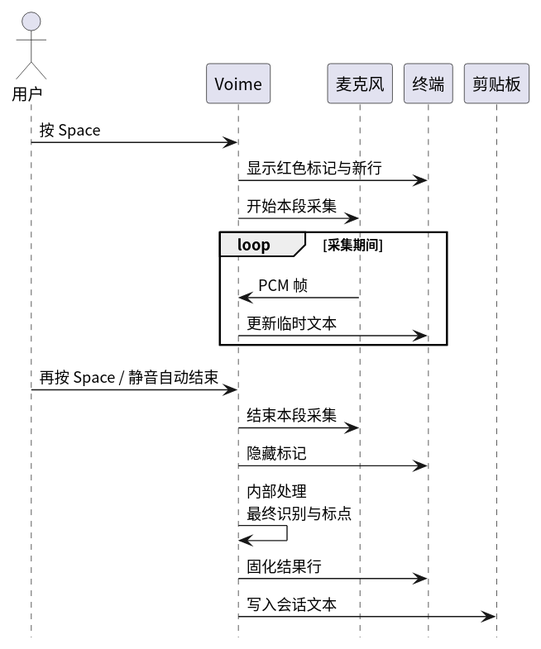
The PlantUML diagram diagram/seq-ptt.svg in 54m43lJ/voime, before a commit.
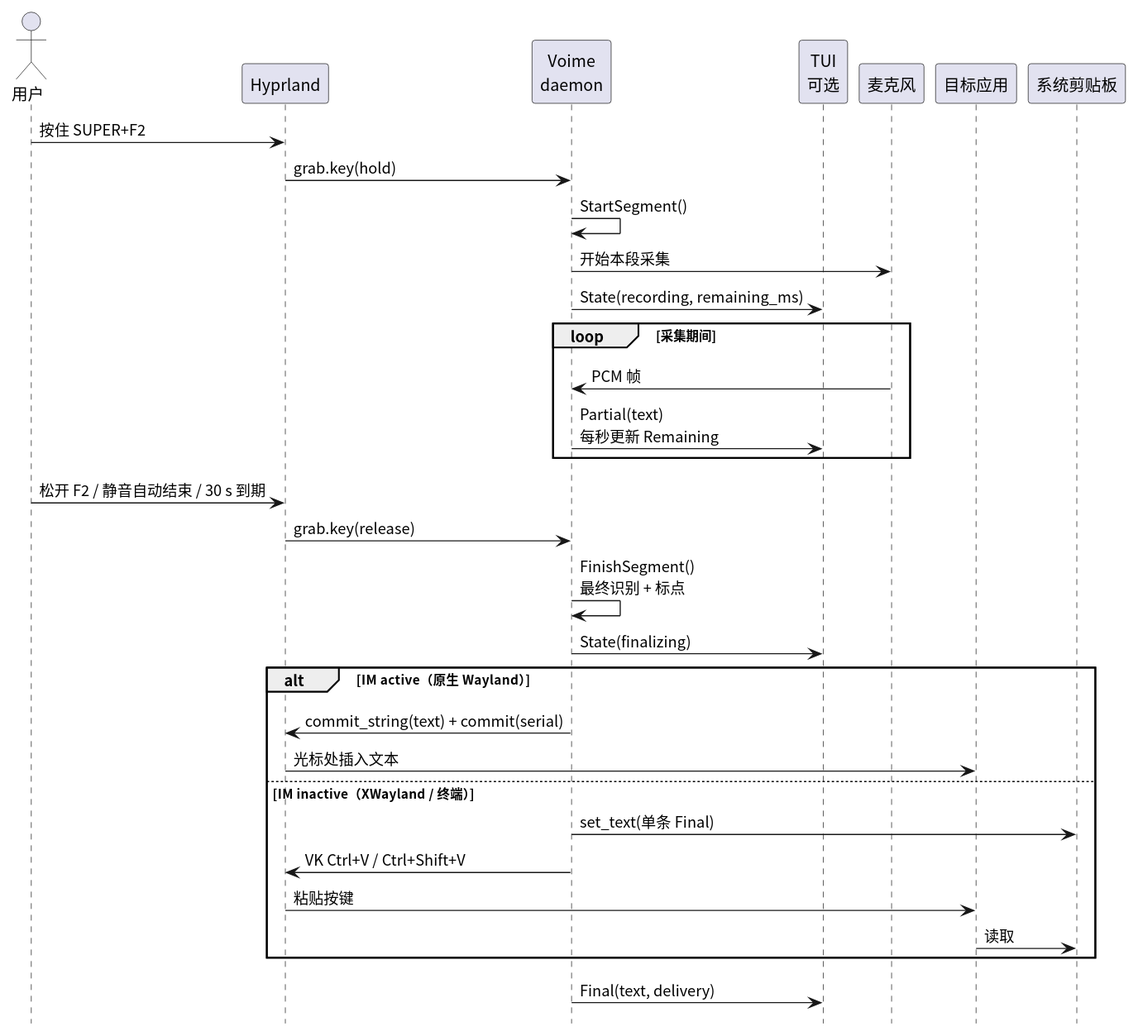
The same file after the commit.

Diff of the diagram source:
```diff
@@ -4,22 +4,36 @@
 hide footbox
 
 actor "用户" as User
-participant "Voime" as App
+participant "Hyprland" as Compositor
+participant "Voime\ndaemon" as Voime
+participant "TUI\n可选" as Tui
 participant "麦克风" as Mic
-participant "终端" as Term
-participant "剪贴板" as Clip
+participant "目标应用" as App
+participant "系统剪贴板" as Clip
 
-User -> App : 按 Space
-App -> Term : 显示红色标记与新行
-App -> Mic : 开始本段采集
+User -> Compositor : 按住 SUPER+F2
+Compositor -> Voime : grab.key(hold)
+Voime -> Voime : StartSegment()
+Voime -> Mic : 开始本段采集
+Voime -> Tui : State(recording, remaining_ms)
 loop 采集期间
-  Mic -> App : PCM 帧
-  App -> Term : 更新临时文本
+  Mic -> Voime : PCM 帧
+  Voime -> Tui : Partial(text)\n每秒更新 Remaining
 end
-User -> App : 再按 Space / 静音自动结束
-App -> Mic : 结束本段采集
-App -> Term : 隐藏标记
-App -> App : 内部处理\n最终识别与标点
-App -> Term : 固化结果行
-App -> Clip : 写入会话文本
+User -> Compositor : 松开 F2 / 静音自动结束 / 30 s 到期
+Compositor -> Voime : grab.key(release)
+Voime -> Voime : FinishSegment()\n最终识别 + 标点
+Voime -> Tui : State(finalizing)
+
+alt IM active（原生 Wayland）
+  Voime -> Compositor : commit_string(text) + commit(serial)
+  Compositor -> App : 光标处插入文本
+else IM inactive（XWayland / 终端）
+  Voime -> Clip : set_text(单条 Final)
+  Voime -> Compositor : VK Ctrl+V / Ctrl+Shift+V
+  Compositor -> App : 粘贴按键
+  App -> Clip : 读取
+end
+
+Voime -> Tui : Final(text, delivery)
 @enduml
```
